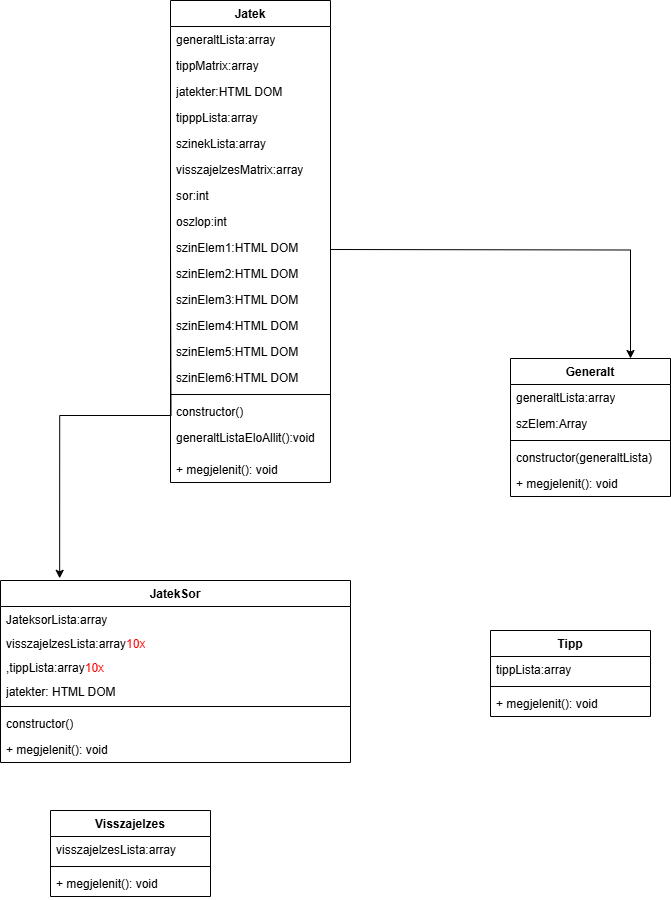
Above: kodToroCsop.drawio.png in Eszti2222/kodToroCsopJS (draw.io), before the change. Source tidied: cells renumbered, new cells last; positions are measured from the earlier drawing's top-left corner, leaving out a move shared by most shapes. Source of this version:
```xml
<mxGraphModel>
  <root>
    <mxCell id="0" />
    <mxCell id="1" parent="0" />
    <mxCell id="2" value="JatekSor" style="swimlane;fontStyle=1;align=center;verticalAlign=top;horizontal=1;startSize=26;whiteSpace=wrap;html=1;" parent="1" vertex="1">
      <mxGeometry y="580" width="350" height="182" as="geometry" />
    </mxCell>
    <mxCell id="3" value="JateksorLista:array&lt;div&gt;&lt;br&gt;&lt;/div&gt;" style="text;strokeColor=none;fillColor=none;align=left;verticalAlign=top;spacingLeft=4;spacingRight=4;overflow=hidden;whiteSpace=wrap;html=1;" parent="2" vertex="1">
      <mxGeometry y="26" width="350" height="24" as="geometry" />
    </mxCell>
    <mxCell id="4" value="visszajelzesLista:array&lt;span style=&quot;color: rgb(255, 0, 0);&quot;&gt;10x&lt;/span&gt;&lt;div&gt;&lt;br&gt;&lt;/div&gt;" style="text;strokeColor=none;fillColor=none;align=left;verticalAlign=top;spacingLeft=4;spacingRight=4;overflow=hidden;whiteSpace=wrap;html=1;" parent="2" vertex="1">
      <mxGeometry y="50" width="350" height="24" as="geometry" />
    </mxCell>
    <mxCell id="5" value="&lt;div&gt;,tippLista:array&lt;font style=&quot;color: rgb(255, 0, 0);&quot;&gt;10x&lt;/font&gt;&lt;/div&gt;" style="text;strokeColor=none;fillColor=none;align=left;verticalAlign=top;spacingLeft=4;spacingRight=4;overflow=hidden;whiteSpace=wrap;html=1;" parent="2" vertex="1">
      <mxGeometry y="74" width="350" height="24" as="geometry" />
    </mxCell>
    <mxCell id="6" value="jatekter: HTML DOM" style="text;strokeColor=none;fillColor=none;align=left;verticalAlign=top;spacingLeft=4;spacingRight=4;overflow=hidden;whiteSpace=wrap;html=1;" parent="2" vertex="1">
      <mxGeometry y="98" width="350" height="24" as="geometry" />
    </mxCell>
    <mxCell id="7" style="line;strokeWidth=1;fillColor=none;align=left;verticalAlign=middle;spacingTop=-1;spacingLeft=3;spacingRight=3;labelPosition=right;strokeColor=inherit;" parent="2" vertex="1">
      <mxGeometry y="122" width="350" height="8" as="geometry" />
    </mxCell>
    <mxCell id="8" value="constructor()" style="text;strokeColor=none;fillColor=none;align=left;verticalAlign=top;spacingLeft=4;spacingRight=4;overflow=hidden;whiteSpace=wrap;html=1;" parent="2" vertex="1">
      <mxGeometry y="130" width="350" height="26" as="geometry" />
    </mxCell>
    <mxCell id="9" value="+ megjelenit(): void" style="text;strokeColor=none;fillColor=none;align=left;verticalAlign=top;spacingLeft=4;spacingRight=4;overflow=hidden;whiteSpace=wrap;html=1;" parent="2" vertex="1">
      <mxGeometry y="156" width="350" height="26" as="geometry" />
    </mxCell>
    <mxCell id="10" value="Visszajelzes" style="swimlane;fontStyle=1;align=center;verticalAlign=top;horizontal=1;startSize=26;whiteSpace=wrap;html=1;" parent="1" vertex="1">
      <mxGeometry x="50" y="810" width="160" height="86" as="geometry" />
    </mxCell>
    <mxCell id="11" value="visszajelzesLista:array" style="text;strokeColor=none;fillColor=none;align=left;verticalAlign=top;spacingLeft=4;spacingRight=4;overflow=hidden;whiteSpace=wrap;html=1;" parent="10" vertex="1">
      <mxGeometry y="26" width="160" height="26" as="geometry" />
    </mxCell>
    <mxCell id="12" style="line;strokeWidth=1;fillColor=none;align=left;verticalAlign=middle;spacingTop=-1;spacingLeft=3;spacingRight=3;labelPosition=right;strokeColor=inherit;" parent="10" vertex="1">
      <mxGeometry y="52" width="160" height="8" as="geometry" />
    </mxCell>
    <mxCell id="13" value="+ megjelenit(): void" style="text;strokeColor=none;fillColor=none;align=left;verticalAlign=top;spacingLeft=4;spacingRight=4;overflow=hidden;whiteSpace=wrap;html=1;" parent="10" vertex="1">
      <mxGeometry y="60" width="160" height="26" as="geometry" />
    </mxCell>
    <mxCell id="14" value="Tipp" style="swimlane;fontStyle=1;align=center;verticalAlign=top;horizontal=1;startSize=26;whiteSpace=wrap;html=1;" parent="1" vertex="1">
      <mxGeometry x="490" y="630" width="160" height="86" as="geometry" />
    </mxCell>
    <mxCell id="15" value="tippLista:array" style="text;strokeColor=none;fillColor=none;align=left;verticalAlign=top;spacingLeft=4;spacingRight=4;overflow=hidden;whiteSpace=wrap;html=1;" parent="14" vertex="1">
      <mxGeometry y="26" width="160" height="26" as="geometry" />
    </mxCell>
    <mxCell id="16" style="line;strokeWidth=1;fillColor=none;align=left;verticalAlign=middle;spacingTop=-1;spacingLeft=3;spacingRight=3;labelPosition=right;strokeColor=inherit;" parent="14" vertex="1">
      <mxGeometry y="52" width="160" height="8" as="geometry" />
    </mxCell>
    <mxCell id="17" value="+ megjelenit(): void" style="text;strokeColor=none;fillColor=none;align=left;verticalAlign=top;spacingLeft=4;spacingRight=4;overflow=hidden;whiteSpace=wrap;html=1;" parent="14" vertex="1">
      <mxGeometry y="60" width="160" height="26" as="geometry" />
    </mxCell>
    <mxCell id="18" value="Generalt" style="swimlane;fontStyle=1;align=center;verticalAlign=top;horizontal=1;startSize=26;whiteSpace=wrap;html=1;" parent="1" vertex="1">
      <mxGeometry x="510" y="358" width="160" height="138" as="geometry" />
    </mxCell>
    <mxCell id="19" value="generaltLista:array" style="text;strokeColor=none;fillColor=none;align=left;verticalAlign=top;spacingLeft=4;spacingRight=4;overflow=hidden;whiteSpace=wrap;html=1;" parent="18" vertex="1">
      <mxGeometry y="26" width="160" height="26" as="geometry" />
    </mxCell>
    <mxCell id="20" value="szElem:Array" style="text;strokeColor=none;fillColor=none;align=left;verticalAlign=top;spacingLeft=4;spacingRight=4;overflow=hidden;whiteSpace=wrap;html=1;" parent="18" vertex="1">
      <mxGeometry y="52" width="160" height="26" as="geometry" />
    </mxCell>
    <mxCell id="21" style="line;strokeWidth=1;fillColor=none;align=left;verticalAlign=middle;spacingTop=-1;spacingLeft=3;spacingRight=3;labelPosition=right;strokeColor=inherit;" parent="18" vertex="1">
      <mxGeometry y="78" width="160" height="8" as="geometry" />
    </mxCell>
    <mxCell id="22" value="constructor(generaltLista)" style="text;strokeColor=none;fillColor=none;align=left;verticalAlign=top;spacingLeft=4;spacingRight=4;overflow=hidden;whiteSpace=wrap;html=1;" parent="18" vertex="1">
      <mxGeometry y="86" width="160" height="26" as="geometry" />
    </mxCell>
    <mxCell id="23" value="+ megjelenit(): void" style="text;strokeColor=none;fillColor=none;align=left;verticalAlign=top;spacingLeft=4;spacingRight=4;overflow=hidden;whiteSpace=wrap;html=1;" parent="18" vertex="1">
      <mxGeometry y="112" width="160" height="26" as="geometry" />
    </mxCell>
    <mxCell id="24" style="edgeStyle=orthogonalEdgeStyle;rounded=0;jettySize=auto;html=1;entryX=0.169;entryY=-0.012;entryDx=0;entryDy=0;entryPerimeter=0;" parent="1" edge="1" target="2">
      <mxGeometry relative="1" as="geometry">
        <mxPoint x="170" y="249" as="sourcePoint" />
      </mxGeometry>
    </mxCell>
    <mxCell id="25" style="edgeStyle=orthogonalEdgeStyle;rounded=0;jettySize=auto;html=1;entryX=0.75;entryY=0;entryDx=0;entryDy=0;" parent="1" edge="1" target="18">
      <mxGeometry relative="1" as="geometry">
        <mxPoint x="330" y="249" as="sourcePoint" />
      </mxGeometry>
    </mxCell>
    <mxCell id="26" value="Jatek" style="swimlane;fontStyle=1;align=center;verticalAlign=top;horizontal=1;startSize=26;whiteSpace=wrap;html=1;" parent="1" vertex="1">
      <mxGeometry x="170" width="160" height="482" as="geometry" />
    </mxCell>
    <mxCell id="27" value="generaltLista:array" style="text;strokeColor=none;fillColor=none;align=left;verticalAlign=top;spacingLeft=4;spacingRight=4;overflow=hidden;whiteSpace=wrap;html=1;" parent="26" vertex="1">
      <mxGeometry y="26" width="160" height="26" as="geometry" />
    </mxCell>
    <mxCell id="28" value="tippMatrix:array" style="text;strokeColor=none;fillColor=none;align=left;verticalAlign=top;spacingLeft=4;spacingRight=4;overflow=hidden;whiteSpace=wrap;html=1;" parent="26" vertex="1">
      <mxGeometry y="52" width="160" height="26" as="geometry" />
    </mxCell>
    <mxCell id="29" value="jatekter:HTML DOM" style="text;strokeColor=none;fillColor=none;align=left;verticalAlign=top;spacingLeft=4;spacingRight=4;overflow=hidden;whiteSpace=wrap;html=1;" parent="26" vertex="1">
      <mxGeometry y="78" width="160" height="26" as="geometry" />
    </mxCell>
    <mxCell id="30" value="tipppLista:array" style="text;strokeColor=none;fillColor=none;align=left;verticalAlign=top;spacingLeft=4;spacingRight=4;overflow=hidden;whiteSpace=wrap;html=1;" parent="26" vertex="1">
      <mxGeometry y="104" width="160" height="26" as="geometry" />
    </mxCell>
    <mxCell id="31" value="szinekLista:array" style="text;strokeColor=none;fillColor=none;align=left;verticalAlign=top;spacingLeft=4;spacingRight=4;overflow=hidden;whiteSpace=wrap;html=1;" parent="26" vertex="1">
      <mxGeometry y="130" width="160" height="26" as="geometry" />
    </mxCell>
    <mxCell id="32" value="visszajelzesMatrix:array" style="text;strokeColor=none;fillColor=none;align=left;verticalAlign=top;spacingLeft=4;spacingRight=4;overflow=hidden;whiteSpace=wrap;html=1;" parent="26" vertex="1">
      <mxGeometry y="156" width="160" height="26" as="geometry" />
    </mxCell>
    <mxCell id="33" value="sor:int" style="text;strokeColor=none;fillColor=none;align=left;verticalAlign=top;spacingLeft=4;spacingRight=4;overflow=hidden;whiteSpace=wrap;html=1;" parent="26" vertex="1">
      <mxGeometry y="182" width="160" height="26" as="geometry" />
    </mxCell>
    <mxCell id="34" value="oszlop:int" style="text;strokeColor=none;fillColor=none;align=left;verticalAlign=top;spacingLeft=4;spacingRight=4;overflow=hidden;whiteSpace=wrap;html=1;" parent="26" vertex="1">
      <mxGeometry y="208" width="160" height="26" as="geometry" />
    </mxCell>
    <mxCell id="35" value="szinElem1:HTML DOM" style="text;strokeColor=none;fillColor=none;align=left;verticalAlign=top;spacingLeft=4;spacingRight=4;overflow=hidden;whiteSpace=wrap;html=1;" parent="26" vertex="1">
      <mxGeometry y="234" width="160" height="26" as="geometry" />
    </mxCell>
    <mxCell id="36" value="szinElem2:HTML DOM" style="text;strokeColor=none;fillColor=none;align=left;verticalAlign=top;spacingLeft=4;spacingRight=4;overflow=hidden;whiteSpace=wrap;html=1;" parent="26" vertex="1">
      <mxGeometry y="260" width="160" height="26" as="geometry" />
    </mxCell>
    <mxCell id="37" value="szinElem3:HTML DOM" style="text;strokeColor=none;fillColor=none;align=left;verticalAlign=top;spacingLeft=4;spacingRight=4;overflow=hidden;whiteSpace=wrap;html=1;" parent="26" vertex="1">
      <mxGeometry y="286" width="160" height="26" as="geometry" />
    </mxCell>
    <mxCell id="38" value="szinElem4:HTML DOM" style="text;strokeColor=none;fillColor=none;align=left;verticalAlign=top;spacingLeft=4;spacingRight=4;overflow=hidden;whiteSpace=wrap;html=1;" parent="26" vertex="1">
      <mxGeometry y="312" width="160" height="26" as="geometry" />
    </mxCell>
    <mxCell id="39" value="szinElem5:HTML DOM" style="text;strokeColor=none;fillColor=none;align=left;verticalAlign=top;spacingLeft=4;spacingRight=4;overflow=hidden;whiteSpace=wrap;html=1;" parent="26" vertex="1">
      <mxGeometry y="338" width="160" height="26" as="geometry" />
    </mxCell>
    <mxCell id="40" value="szinElem6:HTML DOM" style="text;strokeColor=none;fillColor=none;align=left;verticalAlign=top;spacingLeft=4;spacingRight=4;overflow=hidden;whiteSpace=wrap;html=1;" parent="26" vertex="1">
      <mxGeometry y="364" width="160" height="26" as="geometry" />
    </mxCell>
    <mxCell id="41" style="line;strokeWidth=1;fillColor=none;align=left;verticalAlign=middle;spacingTop=-1;spacingLeft=3;spacingRight=3;labelPosition=right;strokeColor=inherit;" parent="26" vertex="1">
      <mxGeometry y="390" width="160" height="8" as="geometry" />
    </mxCell>
    <mxCell id="42" value="constructor()" style="text;strokeColor=none;fillColor=none;align=left;verticalAlign=top;spacingLeft=4;spacingRight=4;overflow=hidden;whiteSpace=wrap;html=1;" parent="26" vertex="1">
      <mxGeometry y="398" width="160" height="26" as="geometry" />
    </mxCell>
    <mxCell id="43" value="generaltListaEloAllit():void" style="text;strokeColor=none;fillColor=none;align=left;verticalAlign=top;spacingLeft=4;spacingRight=4;overflow=hidden;whiteSpace=wrap;html=1;" parent="26" vertex="1">
      <mxGeometry y="424" width="160" height="32" as="geometry" />
    </mxCell>
    <mxCell id="44" value="+ megjelenit(): void" style="text;strokeColor=none;fillColor=none;align=left;verticalAlign=top;spacingLeft=4;spacingRight=4;overflow=hidden;whiteSpace=wrap;html=1;" parent="26" vertex="1">
      <mxGeometry y="456" width="160" height="26" as="geometry" />
    </mxCell>
  </root>
</mxGraphModel>
```
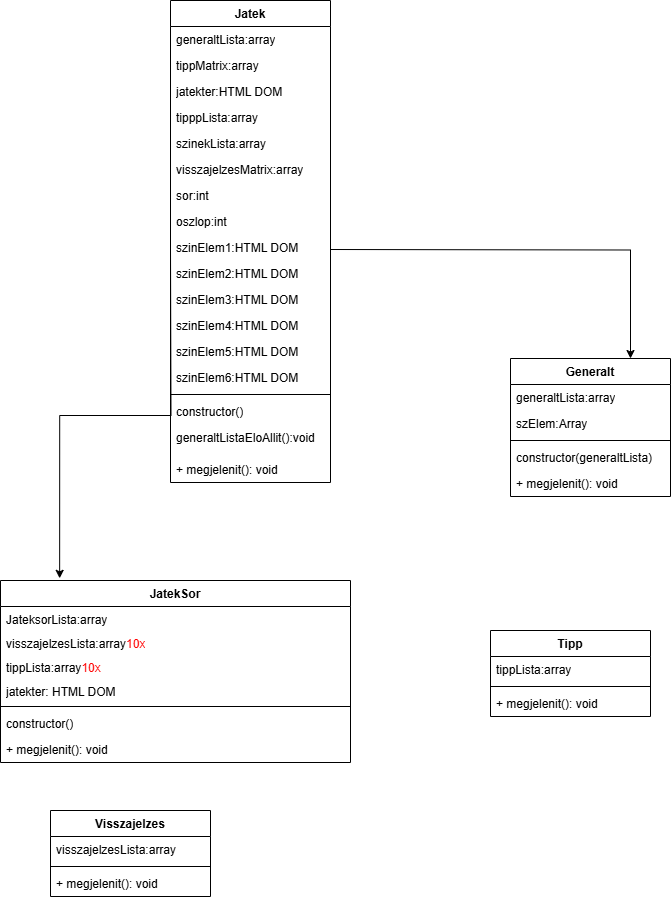
The same file after the commit.

Change to the diagram source:
```diff
@@ -11,7 +11,7 @@
     <mxCell id="4" value="visszajelzesLista:array&lt;span style=&quot;color: rgb(255, 0, 0);&quot;&gt;10x&lt;/span&gt;&lt;div&gt;&lt;br&gt;&lt;/div&gt;" style="text;strokeColor=none;fillColor=none;align=left;verticalAlign=top;spacingLeft=4;spacingRight=4;overflow=hidden;whiteSpace=wrap;html=1;" parent="2" vertex="1">
       <mxGeometry y="50" width="350" height="24" as="geometry" />
     </mxCell>
-    <mxCell id="5" value="&lt;div&gt;,tippLista:array&lt;font style=&quot;color: rgb(255, 0, 0);&quot;&gt;10x&lt;/font&gt;&lt;/div&gt;" style="text;strokeColor=none;fillColor=none;align=left;verticalAlign=top;spacingLeft=4;spacingRight=4;overflow=hidden;whiteSpace=wrap;html=1;" parent="2" vertex="1">
+    <mxCell id="5" value="&lt;div&gt;tippLista:array&lt;font style=&quot;color: rgb(255, 0, 0);&quot;&gt;10x&lt;/font&gt;&lt;/div&gt;" style="text;strokeColor=none;fillColor=none;align=left;verticalAlign=top;spacingLeft=4;spacingRight=4;overflow=hidden;whiteSpace=wrap;html=1;" parent="2" vertex="1">
       <mxGeometry y="74" width="350" height="24" as="geometry" />
     </mxCell>
     <mxCell id="6" value="jatekter: HTML DOM" style="text;strokeColor=none;fillColor=none;align=left;verticalAlign=top;spacingLeft=4;spacingRight=4;overflow=hidden;whiteSpace=wrap;html=1;" parent="2" vertex="1">
```
